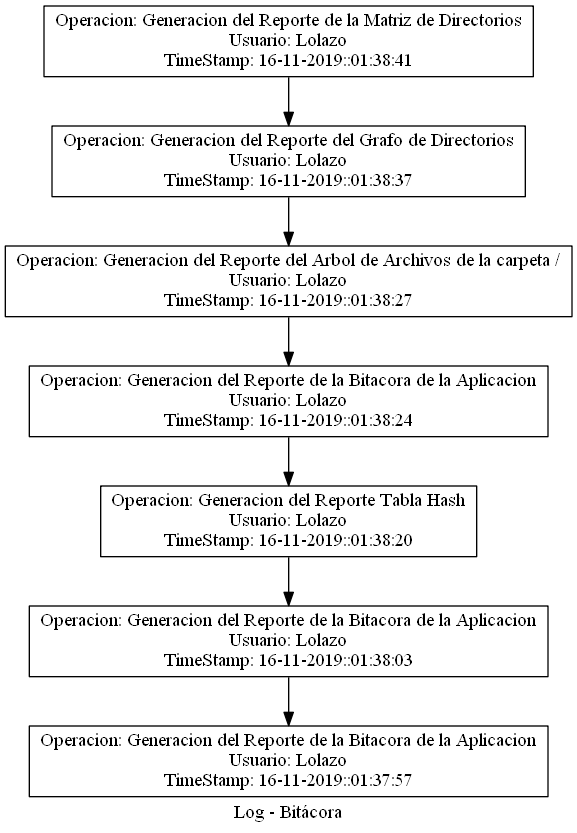
Earlier version of the Graphviz export Proyecto2_2/build/classes/Reportes/log.png (Douglas-Martinez/EDD_2S2019_PY2_201603168). Its source is kept beside it as Proyecto2_2/build/classes/Reportes/log.dot.
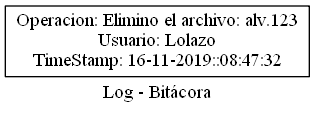
Above is the later version.

Change to the diagram source:
```diff
@@ -5,21 +5,9 @@
 
 	rankdir=TB;
 
-	645032495[label="Operacion: Generacion del Reporte de la Matriz de Directorios\nUsuario: Lolazo\nTimeStamp: 16-11-2019::01:38:41"];
-
-	1807496069[label="Operacion: Generacion del Reporte del Grafo de Directorios\nUsuario: Lolazo\nTimeStamp: 16-11-2019::01:38:37"];
-
-	643452761[label="Operacion: Generacion del Reporte del Arbol de Archivos de la carpeta /\nUsuario: Lolazo\nTimeStamp: 16-11-2019::01:38:27"];
-
-	780640503[label="Operacion: Generacion del Reporte de la Bitacora de la Aplicacion\nUsuario: Lolazo\nTimeStamp: 16-11-2019::01:38:24"];
-
-	1541965201[label="Operacion: Generacion del Reporte Tabla Hash\nUsuario: Lolazo\nTimeStamp: 16-11-2019::01:38:20"];
-
-	1350120932[label="Operacion: Generacion del Reporte de la Bitacora de la Aplicacion\nUsuario: Lolazo\nTimeStamp: 16-11-2019::01:38:03"];
-
-	460211370[label="Operacion: Generacion del Reporte de la Bitacora de la Aplicacion\nUsuario: Lolazo\nTimeStamp: 16-11-2019::01:37:57"];
+	1665039212[label="Operacion: Elimino el archivo: alv.123\nUsuario: Lolazo\nTimeStamp: 16-11-2019::08:47:32"];
 
 
-	645032495->1807496069->643452761->780640503->1541965201->1350120932->460211370;
+	1665039212;
 
 	label = "Log - Bitácora"}
```
